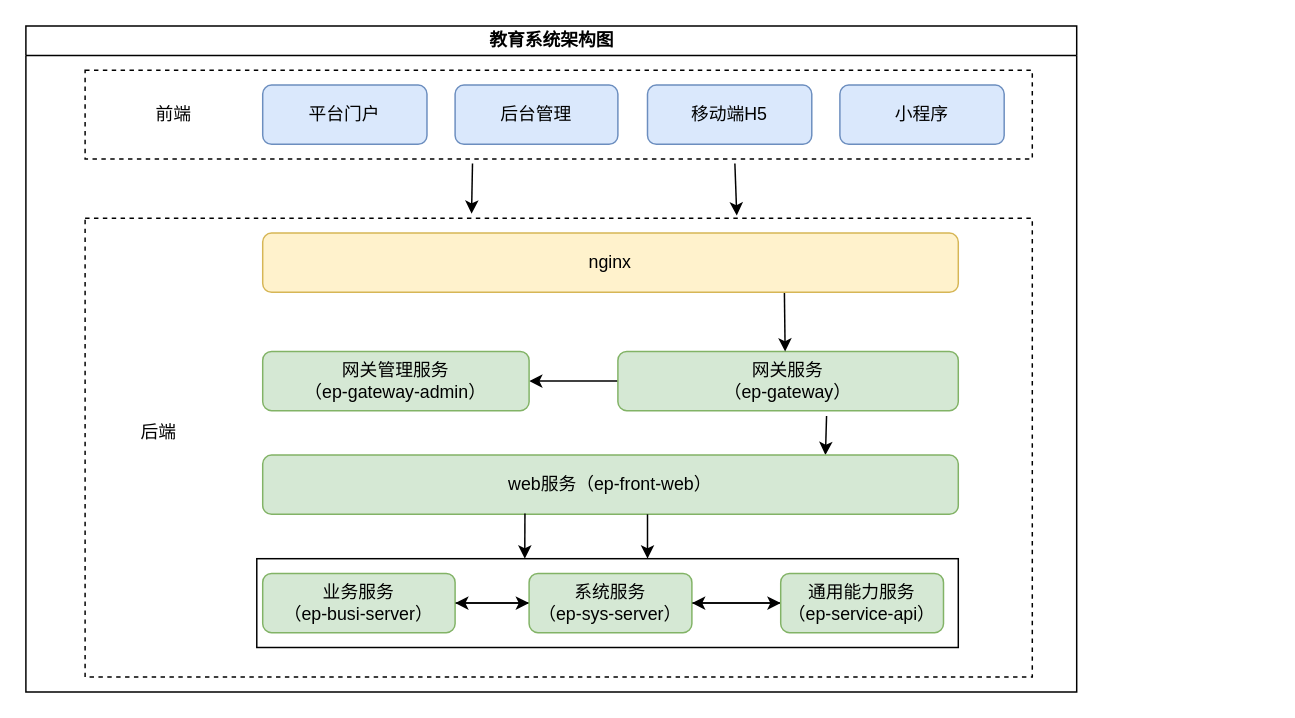
The draw.io diagram 教育架构图.drawio in liangdengming/diagrams, before the edit. Source tidied: cells renumbered, new cells numbered last; positions are measured from the earlier drawing's top-left corner, leaving out a move shared by most shapes. Both pictures are drawn from the tidied source at 148%, with x=0, y=0 at pixel (25, 25).
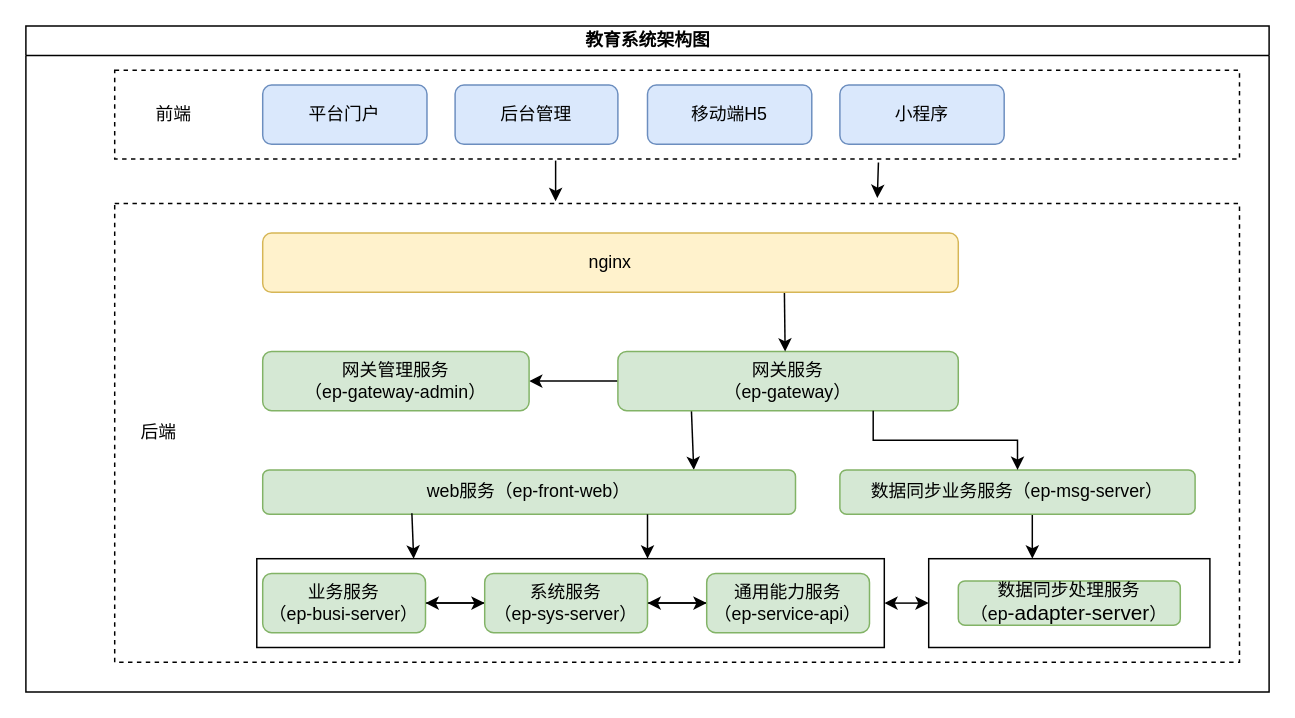
The same page after the edit.

Commit message:
更新教育架构图.drawio

Unchanged cells that the change refers to:
```xml
<mxCell id="13" value="网关服务&lt;br&gt;（ep-gateway）" style="rounded=1;whiteSpace=wrap;html=1;fillColor=#d5e8d4;strokeColor=#82b366;" parent="2" vertex="1">
  <mxGeometry x="400" y="220" width="230" height="40" as="geometry" />
</mxCell>
```

What changed in the source:
```diff
@@
     <mxCell id="2" value="教育系统架构图" style="swimlane;html=1;startSize=20;horizontal=1;containerType=tree;glass=0;" parent="1" vertex="1">
-      <mxGeometry width="710" height="450" as="geometry" />
+      <mxGeometry width="840" height="450" as="geometry" />
     </mxCell>
-    <mxCell id="3" style="edgeStyle=none;rounded=0;jettySize=auto;html=1;entryX=0.408;entryY=-0.01;entryDx=0;entryDy=0;exitX=0.409;exitY=1.05;exitDx=0;exitDy=0;exitPerimeter=0;entryPerimeter=0;" parent="2" edge="1" source="5" target="9">
+    <mxCell id="3" style="edgeStyle=none;rounded=0;jettySize=auto;html=1;exitX=0.392;exitY=1.017;exitDx=0;exitDy=0;exitPerimeter=0;entryX=0.392;entryY=-0.005;entryDx=0;entryDy=0;entryPerimeter=0;" parent="2" edge="1" source="5" target="9">
       <mxGeometry relative="1" as="geometry" />
     </mxCell>
-    <mxCell id="4" style="edgeStyle=none;rounded=0;jettySize=auto;html=1;exitX=0.686;exitY=1.05;exitDx=0;exitDy=0;entryX=0.688;entryY=-0.006;entryDx=0;entryDy=0;exitPerimeter=0;entryPerimeter=0;" parent="2" edge="1" source="5" target="9">
+    <mxCell id="4" style="edgeStyle=none;rounded=0;jettySize=auto;html=1;exitX=0.679;exitY=1.039;exitDx=0;exitDy=0;entryX=0.678;entryY=-0.012;entryDx=0;entryDy=0;exitPerimeter=0;entryPerimeter=0;" parent="2" edge="1" source="5" target="9">
       <mxGeometry relative="1" as="geometry" />
     </mxCell>
     <mxCell id="5" style="rounded=0;whiteSpace=wrap;html=1;dashed=1;" parent="2" vertex="1">
-      <mxGeometry x="40" y="30" width="640" height="60" as="geometry" />
+      <mxGeometry x="60" y="30" width="760" height="60" as="geometry" />
     </mxCell>
@@
     <mxCell id="9" style="rounded=0;whiteSpace=wrap;html=1;dashed=1;" parent="2" vertex="1">
-      <mxGeometry x="40" y="130" width="640" height="310" as="geometry" />
+      <mxGeometry x="60" y="120" width="760" height="310" as="geometry" />
     </mxCell>
@@
-    <mxCell id="11" style="rounded=0;jettySize=auto;html=1;entryX=0.809;entryY=0;entryDx=0;entryDy=0;exitX=0.613;exitY=1.088;exitDx=0;exitDy=0;entryPerimeter=0;exitPerimeter=0;" parent="2" edge="1" source="13" target="14">
+    <mxCell id="11" style="rounded=0;jettySize=auto;html=1;entryX=0.809;entryY=0;entryDx=0;entryDy=0;entryPerimeter=0;exitX=0.216;exitY=0.997;exitDx=0;exitDy=0;exitPerimeter=0;" parent="2" edge="1" source="13" target="14">
       <mxGeometry relative="1" as="geometry" />
     </mxCell>
@@
     <mxCell id="14" value="web服务（ep-front-web）" style="rounded=1;whiteSpace=wrap;html=1;fillColor=#d5e8d4;strokeColor=#82b366;" parent="2" vertex="1">
-      <mxGeometry x="160" y="290" width="470" height="40" as="geometry" />
+      <mxGeometry x="160" y="300" width="360" height="30" as="geometry" />
     </mxCell>
@@
     <mxCell id="21" style="rounded=0;whiteSpace=wrap;html=1;" parent="2" vertex="1">
-      <mxGeometry x="156" y="360" width="474" height="60" as="geometry" />
+      <mxGeometry x="156" y="360" width="424" height="60" as="geometry" />
     </mxCell>
@@
     <mxCell id="23" value="业务服务&lt;br&gt;（ep-busi-server）" style="rounded=1;whiteSpace=wrap;html=1;fillColor=#d5e8d4;strokeColor=#82b366;" parent="2" vertex="1">
-      <mxGeometry x="160" y="370" width="130" height="40" as="geometry" />
+      <mxGeometry x="160" y="370" width="110" height="40" as="geometry" />
     </mxCell>
@@
     <mxCell id="26" value="系统服务&lt;br&gt;（ep-sys-server）" style="rounded=1;whiteSpace=wrap;html=1;fillColor=#d5e8d4;strokeColor=#82b366;" parent="2" vertex="1">
-      <mxGeometry x="340" y="370" width="110" height="40" as="geometry" />
+      <mxGeometry x="310" y="370" width="110" height="40" as="geometry" />
     </mxCell>
@@
     <mxCell id="28" value="通用能力服务&lt;br&gt;（ep-service-api）" style="rounded=1;whiteSpace=wrap;html=1;fillColor=#d5e8d4;strokeColor=#82b366;" parent="2" vertex="1">
-      <mxGeometry x="510" y="370" width="110" height="40" as="geometry" />
+      <mxGeometry x="460" y="370" width="110" height="40" as="geometry" />
     </mxCell>
-    <mxCell id="29" style="edgeStyle=none;rounded=0;jettySize=auto;html=1;entryX=0.382;entryY=0;entryDx=0;entryDy=0;exitX=0.377;exitY=0.988;exitDx=0;exitDy=0;exitPerimeter=0;entryPerimeter=0;" parent="2" edge="1" source="14" target="21">
+    <mxCell id="29" style="edgeStyle=none;rounded=0;jettySize=auto;html=1;entryX=0.25;entryY=0;entryDx=0;entryDy=0;exitX=0.28;exitY=0.975;exitDx=0;exitDy=0;exitPerimeter=0;" parent="2" edge="1" source="14" target="21">
       <mxGeometry relative="1" as="geometry" />
     </mxCell>
+    <mxCell id="30" style="edgeStyle=none;rounded=0;orthogonalLoop=1;jettySize=auto;html=1;entryX=0.5;entryY=0;entryDx=0;entryDy=0;" parent="2" edge="1">
+      <mxGeometry relative="1" as="geometry">
+        <mxPoint x="680" y="330" as="sourcePoint" />
+        <mxPoint x="680" y="360" as="targetPoint" />
+      </mxGeometry>
+    </mxCell>
+    <mxCell id="31" style="endArrow=classic;startArrow=classic;html=1;rounded=0;exitX=1;exitY=0.5;exitDx=0;exitDy=0;" parent="2" edge="1" source="21">
+      <mxGeometry relative="1" as="geometry">
+        <mxPoint x="610" y="390" as="targetPoint" />
+      </mxGeometry>
+    </mxCell>
+    <mxCell id="32" value="数据同步业务服务（ep-msg-server）" style="rounded=1;whiteSpace=wrap;html=1;fillColor=#d5e8d4;strokeColor=#82b366;" parent="1" vertex="1">
+      <mxGeometry x="550" y="300" width="240" height="30" as="geometry" />
+    </mxCell>
+    <mxCell id="33" style="edgeStyle=orthogonalEdgeStyle;rounded=0;jettySize=auto;html=1;exitX=0.75;exitY=1;exitDx=0;exitDy=0;entryX=0.5;entryY=0;entryDx=0;entryDy=0;" parent="1" edge="1" source="13" target="32">
+      <mxGeometry relative="1" as="geometry" />
+    </mxCell>
+    <mxCell id="34" style="rounded=0;whiteSpace=wrap;html=1;" parent="1" vertex="1">
+      <mxGeometry x="610" y="360" width="190" height="60" as="geometry" />
+    </mxCell>
+    <mxCell id="35" value="数据同步处理服务&lt;br&gt;（&lt;font face=&quot;Calibri&quot;&gt;ep&lt;/font&gt;&lt;span style=&quot;font-family: Calibri; font-size: 10.5pt; text-align: justify; background-color: initial;&quot;&gt;-&lt;/span&gt;&lt;span style=&quot;font-family: Calibri; font-size: 10.5pt; text-align: justify; background-color: initial;&quot;&gt;adapter&lt;/span&gt;&lt;span style=&quot;font-family: Calibri; font-size: 10.5pt; text-align: justify; background-color: initial;&quot;&gt;-server&lt;/span&gt;&lt;span style=&quot;background-color: initial;&quot;&gt;）&lt;/span&gt;" style="rounded=1;whiteSpace=wrap;html=1;fillColor=#d5e8d4;strokeColor=#82b366;" parent="1" vertex="1">
+      <mxGeometry x="630" y="375" width="150" height="30" as="geometry" />
+    </mxCell>
```
